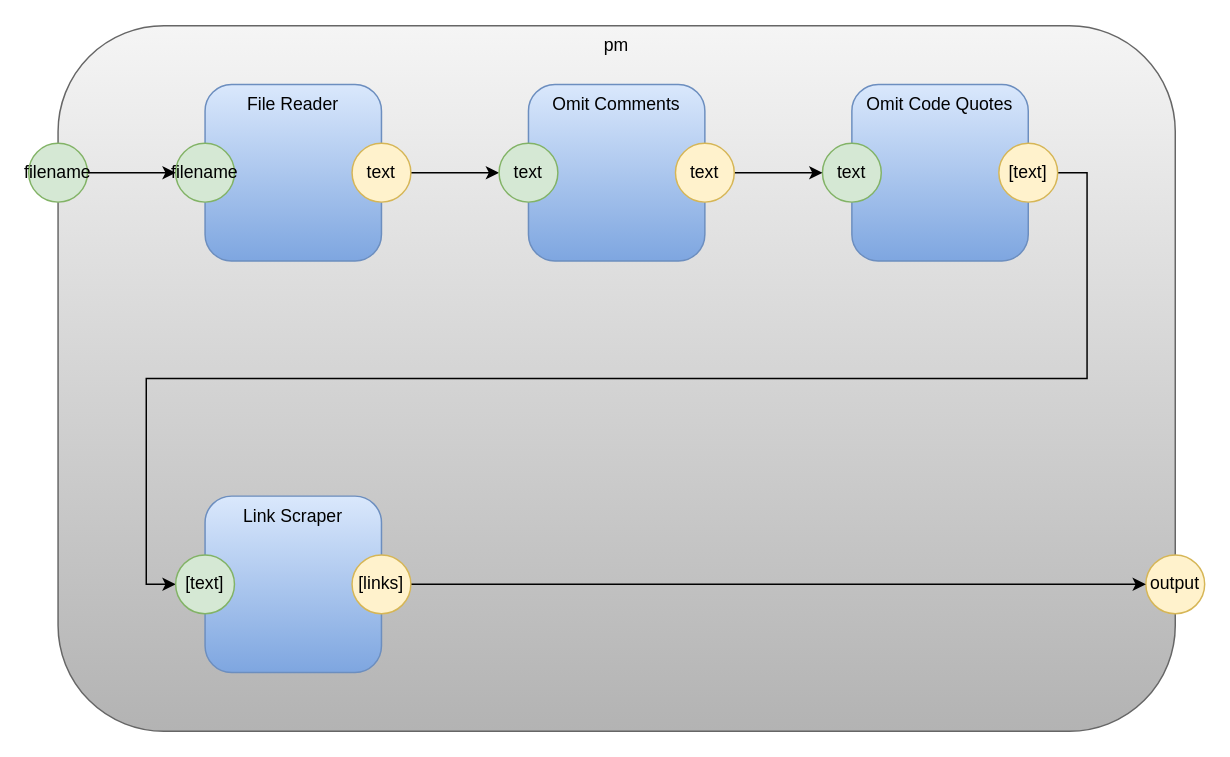
Above: page "Page-2" (2 of 2) of pm-copy.drawio in guitarvydas/pypm (draw.io), before the change. Source tidied: cells renumbered, new cells numbered last; positions are measured from the earlier drawing's top-left corner, leaving out a move shared by most shapes. Both pictures are drawn from the tidied source at 147%, with x=0, y=0 at pixel (28, 25).
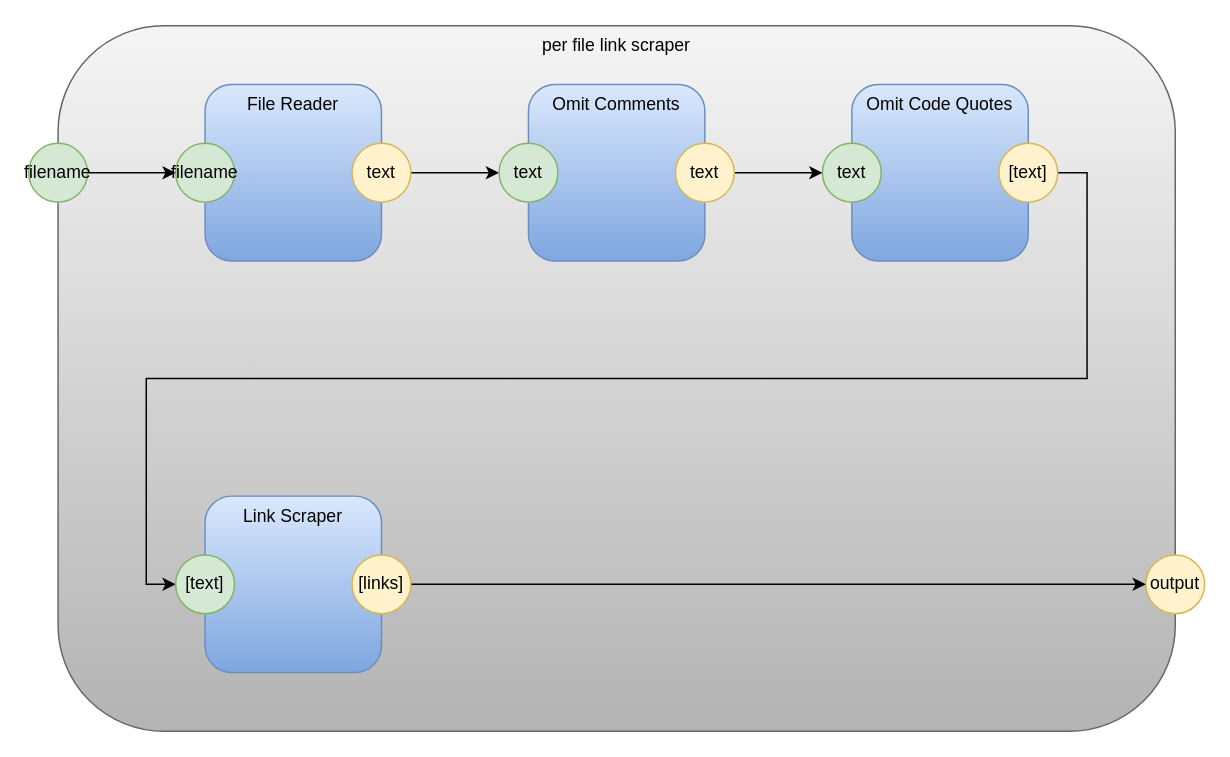
The same page after the edit.

The edit, as a diff of the source:
```diff
@@
-    <mxCell id="2" value="pm" style="rounded=1;whiteSpace=wrap;html=1;horizontal=1;verticalAlign=top;fillColor=#f5f5f5;strokeColor=#666666;gradientColor=#b3b3b3;" parent="1" vertex="1">
+    <mxCell id="2" value="per file link scraper" style="rounded=1;whiteSpace=wrap;html=1;horizontal=1;verticalAlign=top;fillColor=#f5f5f5;strokeColor=#666666;gradientColor=#b3b3b3;" parent="1" vertex="1">
       <mxGeometry x="20" width="760" height="480" as="geometry" />
     </mxCell>
```
